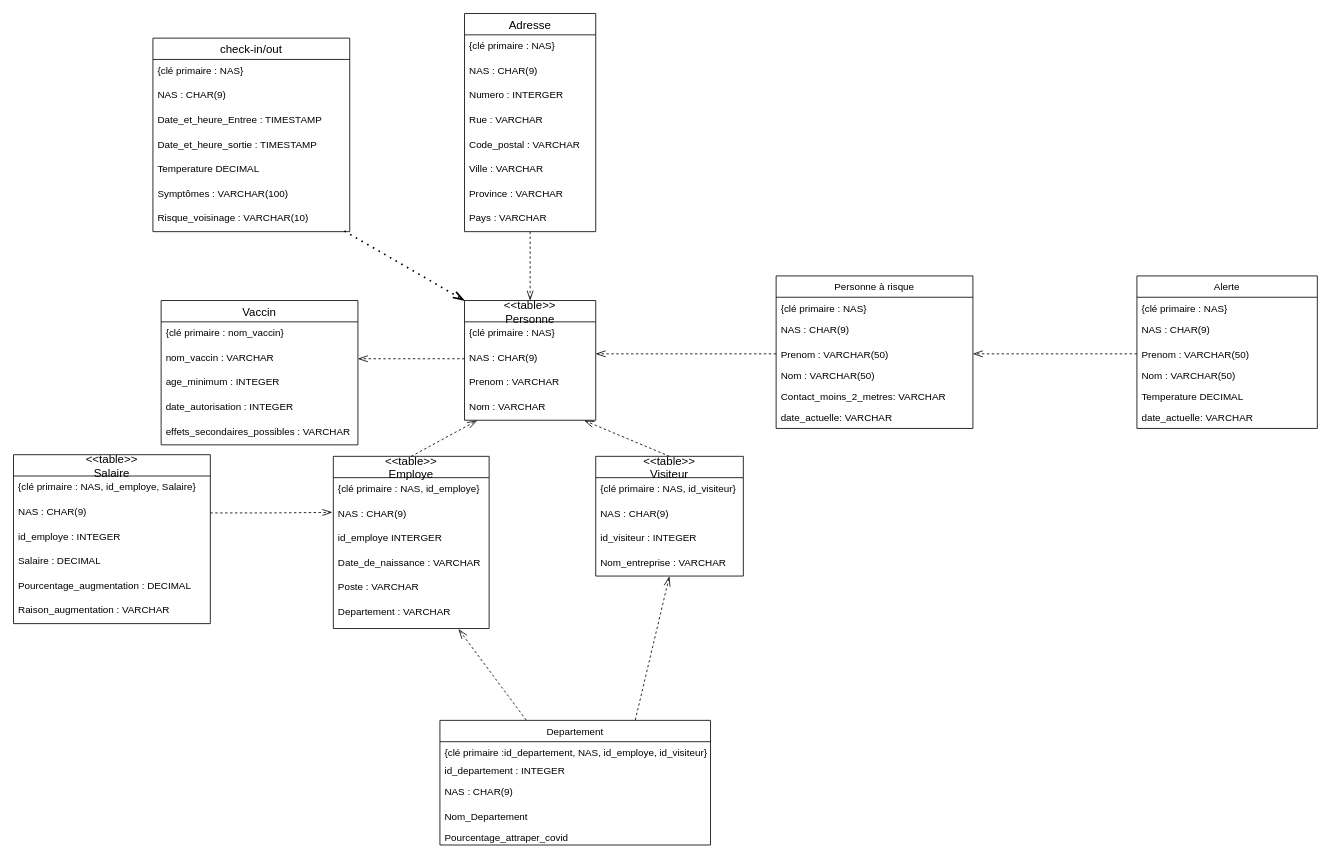
The draw.io diagram DRAWIO/schema relationnel.drawio in Carl-Montpetit/database-sql, before the edit. Source tidied: cells renumbered, new cells numbered last; positions are measured from the earlier drawing's top-left corner, leaving out a move shared by most shapes. Both pictures are drawn from the tidied source at 82%, with x=0, y=0 at pixel (13, 13).
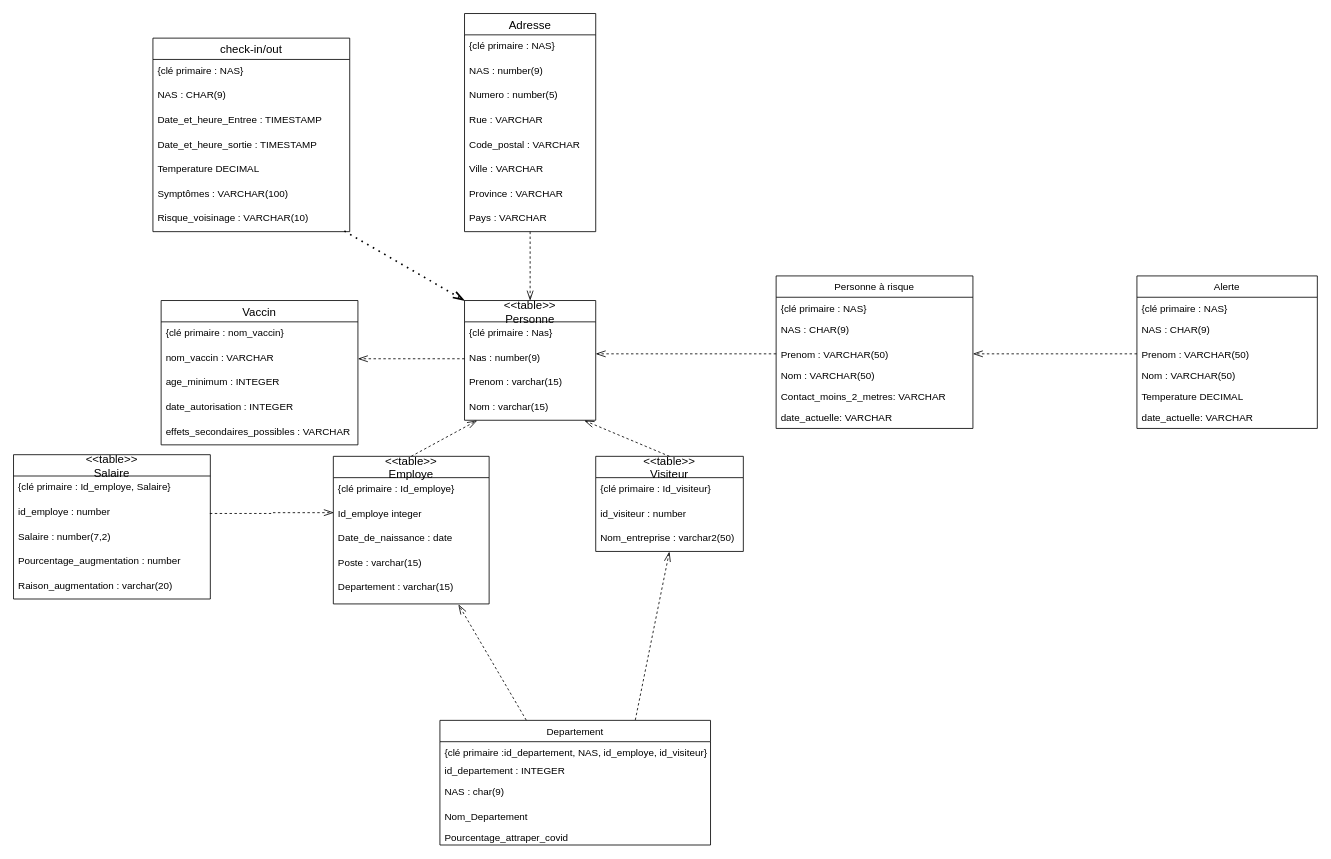
The same page after the edit.

The change refers to these unchanged cells:
```xml
<mxCell id="9" value="&lt;&lt;table&gt;&gt;&#10;Personne" style="swimlane;fontStyle=0;horizontal=1;startSize=26;align=center;fontSize=14;labelBackgroundColor=none;swimlaneLine=1;glass=0;shadow=0;" parent="1" vertex="1">
  <mxGeometry x="550" y="350" width="160" height="146" as="geometry" />
</mxCell>
<mxCell id="26" value="Departement" style="swimlane;fontStyle=0;horizontal=1;startSize=26;" parent="1" vertex="1">
  <mxGeometry x="520" y="862" width="330" height="152" as="geometry" />
</mxCell>
<mxCell id="53" value="Adresse" style="swimlane;fontStyle=0;horizontal=1;startSize=26;align=center;fontSize=14;strokeWidth=1;" parent="1" vertex="1">
  <mxGeometry x="550" width="160" height="266" as="geometry" />
</mxCell>
```

Diff of the diagram source:
```diff
@@
-    <mxCell id="10" value="{clé primaire : NAS}" style="text;strokeColor=none;fillColor=none;spacingLeft=4;spacingRight=4;overflow=hidden;fontSize=12;fontStyle=0;" parent="9" vertex="1">
+    <mxCell id="10" value="{clé primaire : Nas}" style="text;strokeColor=none;fillColor=none;spacingLeft=4;spacingRight=4;overflow=hidden;fontSize=12;fontStyle=0;" parent="9" vertex="1">
       <mxGeometry y="26" width="160" height="30" as="geometry" />
     </mxCell>
-    <mxCell id="11" value="NAS : CHAR(9)" style="text;strokeColor=none;fillColor=none;spacingLeft=4;spacingRight=4;overflow=hidden;points=[[0,0.5],[1,0.5]];portConstraint=eastwest;fontSize=12;fontStyle=0;" parent="9" vertex="1">
+    <mxCell id="11" value="Nas : number(9)" style="text;strokeColor=none;fillColor=none;spacingLeft=4;spacingRight=4;overflow=hidden;points=[[0,0.5],[1,0.5]];portConstraint=eastwest;fontSize=12;fontStyle=0;" parent="9" vertex="1">
       <mxGeometry y="56" width="160" height="30" as="geometry" />
     </mxCell>
-    <mxCell id="12" value="Prenom : VARCHAR" style="text;strokeColor=none;fillColor=none;spacingLeft=4;spacingRight=4;overflow=hidden;fontSize=12;" parent="9" vertex="1">
+    <mxCell id="12" value="Prenom : varchar(15)" style="text;strokeColor=none;fillColor=none;spacingLeft=4;spacingRight=4;overflow=hidden;fontSize=12;" parent="9" vertex="1">
       <mxGeometry y="86" width="160" height="30" as="geometry" />
     </mxCell>
-    <mxCell id="13" value="Nom : VARCHAR" style="text;strokeColor=none;fillColor=none;spacingLeft=4;spacingRight=4;overflow=hidden;points=[[0,0.5],[1,0.5]];portConstraint=eastwest;fontSize=12;" parent="9" vertex="1">
+    <mxCell id="13" value="Nom : varchar(15)" style="text;strokeColor=none;fillColor=none;spacingLeft=4;spacingRight=4;overflow=hidden;points=[[0,0.5],[1,0.5]];portConstraint=eastwest;fontSize=12;" parent="9" vertex="1">
       <mxGeometry y="116" width="160" height="30" as="geometry" />
     </mxCell>
     <mxCell id="14" value="&lt;&lt;table&gt;&gt;&#10;Employe" style="swimlane;fontStyle=0;horizontal=1;startSize=26;align=center;fontSize=14;labelBackgroundColor=none;" parent="1" vertex="1">
-      <mxGeometry x="390" y="540" width="190" height="210" as="geometry" />
+      <mxGeometry x="390" y="540" width="190" height="180" as="geometry" />
     </mxCell>
-    <mxCell id="15" value="{clé primaire : NAS, id_employe}" style="text;strokeColor=none;fillColor=none;spacingLeft=4;spacingRight=4;overflow=hidden;fontSize=12;fontStyle=0;" parent="14" vertex="1">
+    <mxCell id="15" value="{clé primaire : Id_employe}" style="text;strokeColor=none;fillColor=none;spacingLeft=4;spacingRight=4;overflow=hidden;fontSize=12;fontStyle=0;" parent="14" vertex="1">
       <mxGeometry y="26" width="190" height="30" as="geometry" />
     </mxCell>
-    <mxCell id="16" value="NAS : CHAR(9)" style="text;strokeColor=none;fillColor=none;spacingLeft=4;spacingRight=4;overflow=hidden;points=[[0,0.5],[1,0.5]];portConstraint=eastwest;fontSize=12;" parent="14" vertex="1">
-      <mxGeometry y="56" width="190" height="30" as="geometry" />
-    </mxCell>
-    <mxCell id="17" value="id_employe INTERGER" style="text;strokeColor=none;fillColor=none;spacingLeft=4;spacingRight=4;overflow=hidden;points=[[0,0.5],[1,0.5]];portConstraint=eastwest;fontSize=12;" parent="14" vertex="1">
-      <mxGeometry y="86" width="190" height="30" as="geometry" />
+    <mxCell id="17" value="Id_employe integer" style="text;strokeColor=none;fillColor=none;spacingLeft=4;spacingRight=4;overflow=hidden;points=[[0,0.5],[1,0.5]];portConstraint=eastwest;fontSize=12;" parent="14" vertex="1">
+      <mxGeometry y="56" width="190" height="30" as="geometry" />
     </mxCell>
-    <mxCell id="18" value="Date_de_naissance : VARCHAR" style="text;strokeColor=none;fillColor=none;spacingLeft=4;spacingRight=4;overflow=hidden;fontSize=12;" parent="14" vertex="1">
-      <mxGeometry y="116" width="190" height="30" as="geometry" />
+    <mxCell id="18" value="Date_de_naissance : date" style="text;strokeColor=none;fillColor=none;spacingLeft=4;spacingRight=4;overflow=hidden;fontSize=12;" parent="14" vertex="1">
+      <mxGeometry y="86" width="190" height="30" as="geometry" />
     </mxCell>
-    <mxCell id="19" value="Poste : VARCHAR" style="text;strokeColor=none;fillColor=none;spacingLeft=4;spacingRight=4;overflow=hidden;fontSize=12;" parent="14" vertex="1">
-      <mxGeometry y="146" width="190" height="30" as="geometry" />
+    <mxCell id="19" value="Poste : varchar(15)" style="text;strokeColor=none;fillColor=none;spacingLeft=4;spacingRight=4;overflow=hidden;fontSize=12;" parent="14" vertex="1">
+      <mxGeometry y="116" width="190" height="30" as="geometry" />
     </mxCell>
-    <mxCell id="20" value="Departement : VARCHAR" style="text;strokeColor=none;fillColor=none;spacingLeft=4;spacingRight=4;overflow=hidden;points=[[0,0.5],[1,0.5]];portConstraint=eastwest;fontSize=12;" parent="14" vertex="1">
-      <mxGeometry y="176" width="190" height="34" as="geometry" />
+    <mxCell id="20" value="Departement : varchar(15)" style="text;strokeColor=none;fillColor=none;spacingLeft=4;spacingRight=4;overflow=hidden;points=[[0,0.5],[1,0.5]];portConstraint=eastwest;fontSize=12;" parent="14" vertex="1">
+      <mxGeometry y="146" width="190" height="34" as="geometry" />
     </mxCell>
     <mxCell id="21" value="&lt;&lt;table&gt;&gt;&#10;Visiteur" style="swimlane;fontStyle=0;horizontal=1;startSize=26;align=center;fontSize=14;labelBackgroundColor=none;" parent="1" vertex="1">
-      <mxGeometry x="710" y="540" width="180" height="146" as="geometry" />
+      <mxGeometry x="710" y="540" width="180" height="116" as="geometry" />
     </mxCell>
-    <mxCell id="22" value="{clé primaire : NAS, id_visiteur}" style="text;strokeColor=none;fillColor=none;spacingLeft=4;spacingRight=4;overflow=hidden;fontSize=12;fontStyle=0;" parent="21" vertex="1">
+    <mxCell id="22" value="{clé primaire : Id_visiteur}" style="text;strokeColor=none;fillColor=none;spacingLeft=4;spacingRight=4;overflow=hidden;fontSize=12;fontStyle=0;" parent="21" vertex="1">
       <mxGeometry y="26" width="180" height="30" as="geometry" />
     </mxCell>
-    <mxCell id="23" value="NAS : CHAR(9)" style="text;strokeColor=none;fillColor=none;spacingLeft=4;spacingRight=4;overflow=hidden;fontSize=12;" parent="21" vertex="1">
-      <mxGeometry y="56" width="180" height="30" as="geometry" />
-    </mxCell>
-    <mxCell id="24" value="id_visiteur : INTEGER" style="text;strokeColor=none;fillColor=none;spacingLeft=4;spacingRight=4;overflow=hidden;fontSize=12;" parent="21" vertex="1">
-      <mxGeometry y="86" width="180" height="30" as="geometry" />
+    <mxCell id="24" value="id_visiteur : number" style="text;strokeColor=none;fillColor=none;spacingLeft=4;spacingRight=4;overflow=hidden;fontSize=12;" parent="21" vertex="1">
+      <mxGeometry y="56" width="180" height="30" as="geometry" />
     </mxCell>
-    <mxCell id="25" value="Nom_entreprise : VARCHAR" style="text;strokeColor=none;fillColor=none;spacingLeft=4;spacingRight=4;overflow=hidden;points=[[0,0.5],[1,0.5]];portConstraint=eastwest;fontSize=12;" parent="21" vertex="1">
-      <mxGeometry y="116" width="180" height="30" as="geometry" />
+    <mxCell id="25" value="Nom_entreprise : varchar2(50)" style="text;strokeColor=none;fillColor=none;spacingLeft=4;spacingRight=4;overflow=hidden;points=[[0,0.5],[1,0.5]];portConstraint=eastwest;fontSize=12;" parent="21" vertex="1">
+      <mxGeometry y="86" width="180" height="30" as="geometry" />
     </mxCell>
@@
-    <mxCell id="29" value="NAS : CHAR(9)" style="text;strokeColor=none;fillColor=none;spacingLeft=4;spacingRight=4;overflow=hidden;fontSize=12;fontStyle=0;" parent="26" vertex="1">
+    <mxCell id="29" value="NAS : char(9)" style="text;strokeColor=none;fillColor=none;spacingLeft=4;spacingRight=4;overflow=hidden;fontSize=12;fontStyle=0;" parent="26" vertex="1">
       <mxGeometry y="74" width="330" height="30" as="geometry" />
     </mxCell>
@@
     <mxCell id="45" value="&lt;&lt;table&gt;&gt;&#10;Salaire" style="swimlane;fontStyle=0;horizontal=1;startSize=26;align=center;fontSize=14;strokeWidth=1;" parent="1" vertex="1">
-      <mxGeometry y="538" width="240" height="206" as="geometry" />
+      <mxGeometry y="538" width="240" height="176" as="geometry" />
     </mxCell>
-    <mxCell id="46" value="{clé primaire : NAS, id_employe, Salaire}" style="text;strokeColor=none;fillColor=none;spacingLeft=4;spacingRight=4;overflow=hidden;fontSize=12;fontStyle=0;" parent="45" vertex="1">
+    <mxCell id="46" value="{clé primaire : Id_employe, Salaire}" style="text;strokeColor=none;fillColor=none;spacingLeft=4;spacingRight=4;overflow=hidden;fontSize=12;fontStyle=0;" parent="45" vertex="1">
       <mxGeometry y="26" width="240" height="30" as="geometry" />
     </mxCell>
-    <mxCell id="47" value="NAS : CHAR(9)" style="text;strokeColor=none;fillColor=none;spacingLeft=4;spacingRight=4;overflow=hidden;points=[[0,0.5],[1,0.5]];portConstraint=eastwest;fontSize=12;fontStyle=0;" parent="45" vertex="1">
-      <mxGeometry y="56" width="240" height="30" as="geometry" />
-    </mxCell>
-    <mxCell id="48" value="id_employe : INTEGER" style="text;strokeColor=none;fillColor=none;spacingLeft=4;spacingRight=4;overflow=hidden;fontSize=12;fontStyle=0;" parent="45" vertex="1">
-      <mxGeometry y="86" width="240" height="30" as="geometry" />
+    <mxCell id="48" value="id_employe : number" style="text;strokeColor=none;fillColor=none;spacingLeft=4;spacingRight=4;overflow=hidden;fontSize=12;fontStyle=0;" parent="45" vertex="1">
+      <mxGeometry y="56" width="240" height="30" as="geometry" />
     </mxCell>
-    <mxCell id="49" value="Salaire : DECIMAL" style="text;strokeColor=none;fillColor=none;spacingLeft=4;spacingRight=4;overflow=hidden;fontSize=12;fontStyle=0;" parent="45" vertex="1">
-      <mxGeometry y="116" width="240" height="30" as="geometry" />
+    <mxCell id="49" value="Salaire : number(7,2)" style="text;strokeColor=none;fillColor=none;spacingLeft=4;spacingRight=4;overflow=hidden;fontSize=12;fontStyle=0;" parent="45" vertex="1">
+      <mxGeometry y="86" width="240" height="30" as="geometry" />
     </mxCell>
-    <mxCell id="50" value="Pourcentage_augmentation : DECIMAL" style="text;strokeColor=none;fillColor=none;spacingLeft=4;spacingRight=4;overflow=hidden;fontSize=12;" parent="45" vertex="1">
-      <mxGeometry y="146" width="240" height="30" as="geometry" />
+    <mxCell id="50" value="Pourcentage_augmentation : number" style="text;strokeColor=none;fillColor=none;spacingLeft=4;spacingRight=4;overflow=hidden;fontSize=12;" parent="45" vertex="1">
+      <mxGeometry y="116" width="240" height="30" as="geometry" />
     </mxCell>
-    <mxCell id="51" value="Raison_augmentation : VARCHAR" style="text;strokeColor=none;fillColor=none;spacingLeft=4;spacingRight=4;overflow=hidden;fontSize=12;" parent="45" vertex="1">
-      <mxGeometry y="176" width="240" height="30" as="geometry" />
+    <mxCell id="51" value="Raison_augmentation : varchar(20)" style="text;strokeColor=none;fillColor=none;spacingLeft=4;spacingRight=4;overflow=hidden;fontSize=12;" parent="45" vertex="1">
+      <mxGeometry y="146" width="240" height="30" as="geometry" />
     </mxCell>
@@
-    <mxCell id="55" value="NAS : CHAR(9)" style="text;strokeColor=none;fillColor=none;spacingLeft=4;spacingRight=4;overflow=hidden;fontSize=12;" parent="53" vertex="1">
+    <mxCell id="55" value="NAS : number(9)" style="text;strokeColor=none;fillColor=none;spacingLeft=4;spacingRight=4;overflow=hidden;fontSize=12;" parent="53" vertex="1">
       <mxGeometry y="56" width="160" height="30" as="geometry" />
     </mxCell>
-    <mxCell id="56" value="Numero : INTERGER" style="text;strokeColor=none;fillColor=none;spacingLeft=4;spacingRight=4;overflow=hidden;fontSize=12;" parent="53" vertex="1">
+    <mxCell id="56" value="Numero : number(5)" style="text;strokeColor=none;fillColor=none;spacingLeft=4;spacingRight=4;overflow=hidden;fontSize=12;" parent="53" vertex="1">
       <mxGeometry y="86" width="160" height="30" as="geometry" />
     </mxCell>
@@
-    <mxCell id="65" style="edgeStyle=orthogonalEdgeStyle;rounded=0;jumpSize=17;jettySize=auto;html=1;exitX=1;exitY=0.5;exitDx=0;exitDy=0;entryX=-0.007;entryY=0.411;entryDx=0;entryDy=0;dashed=1;startArrow=none;startFill=0;endArrow=openThin;endFill=0;endSize=10;targetPerimeterSpacing=0;entryPerimeter=0;" parent="1" edge="1" source="47" target="16">
-      <mxGeometry relative="1" as="geometry" />
+    <mxCell id="65" style="edgeStyle=orthogonalEdgeStyle;rounded=0;jumpSize=17;jettySize=auto;html=1;exitX=1;exitY=0.5;exitDx=0;exitDy=0;entryX=0.003;entryY=0.423;entryDx=0;entryDy=0;dashed=1;startArrow=none;startFill=0;endArrow=openThin;endFill=0;endSize=10;targetPerimeterSpacing=0;entryPerimeter=0;" parent="1" edge="1" target="17">
+      <mxGeometry relative="1" as="geometry">
+        <mxPoint x="239.4" y="609.7" as="sourcePoint" />
+        <Array as="points">
+          <mxPoint x="314" y="610" />
+        </Array>
+      </mxGeometry>
     </mxCell>
```
